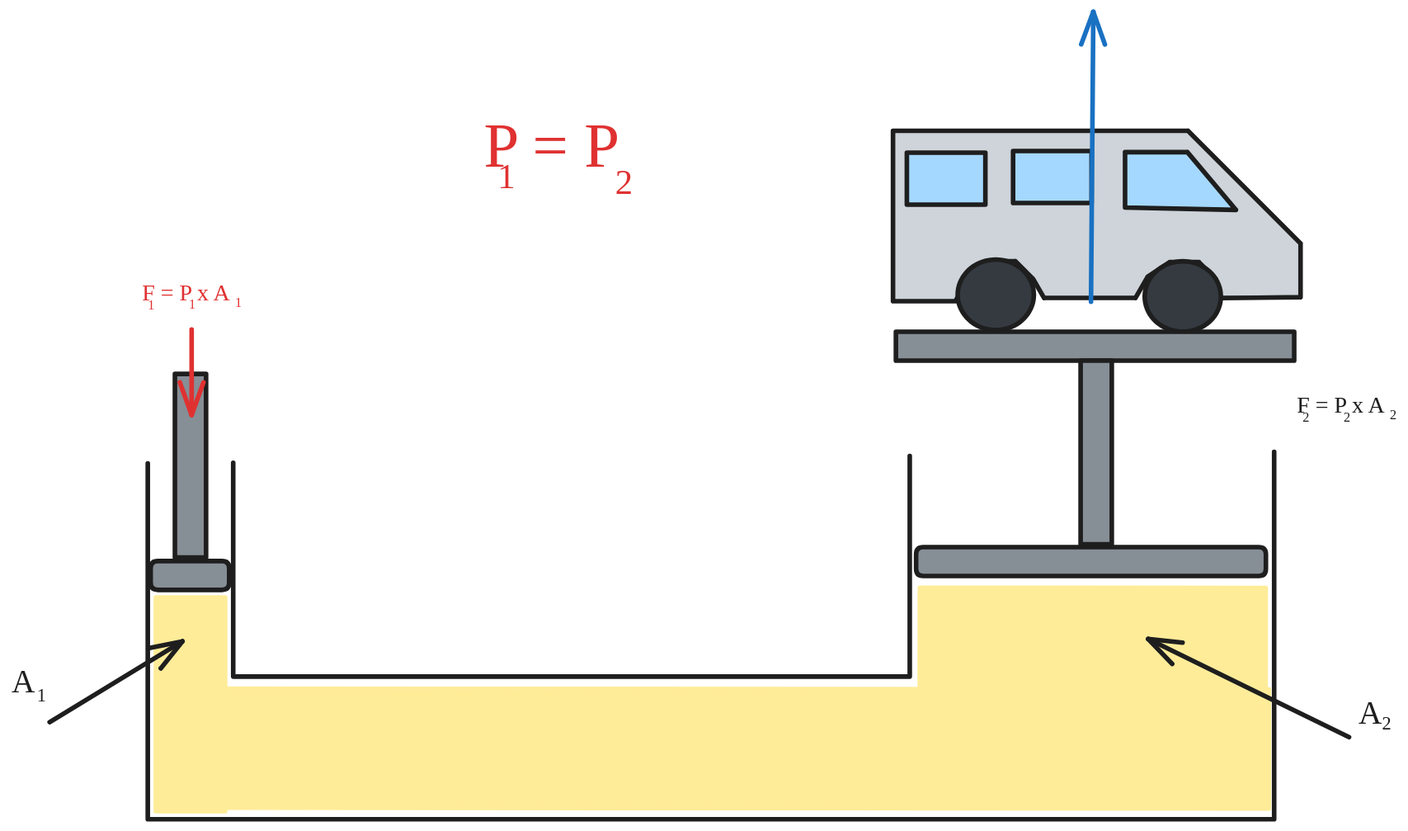
Before: entries/ring-rush-mech-1/understand/pascal-principle.excalidraw.svg, a diagram exported from Excalidraw (Area-53-Robotics/53D-High-Stakes-Notebook). Source tidied: one line per element, renumbered; positions are measured from the earlier drawing's top-left corner, leaving out a move shared by most shapes.
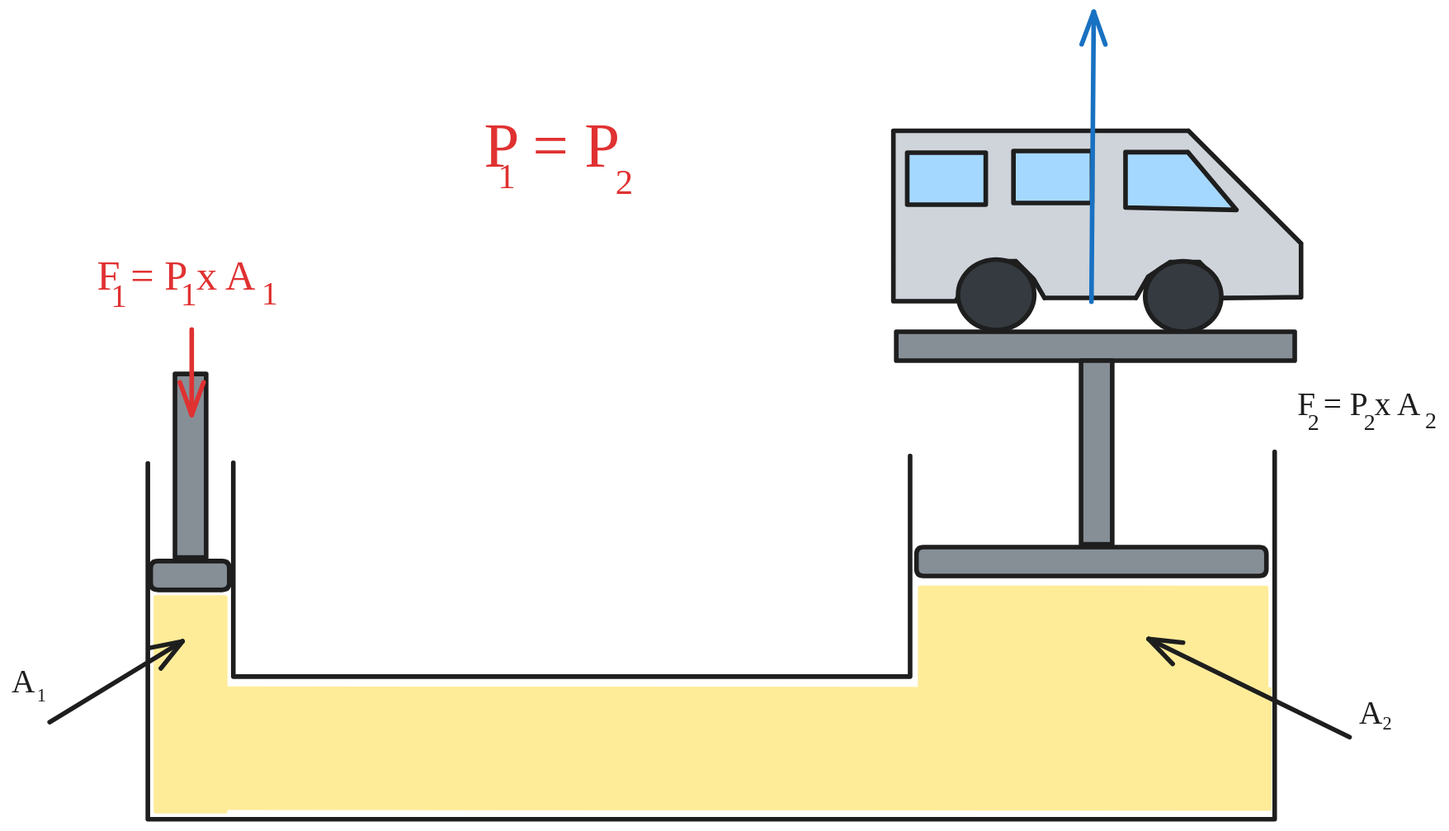
After the commit.

Change to the diagram source:
```diff
@@ -14,22 +14,22 @@
 {"id": 13, "type": "rectangle", "strokeColor": "#ffec99", "backgroundColor": "#ffec99", "fillStyle": "solid", "strokeWidth": 4, "roughness": 0, "x": 125, "y": 507, "width": 60, "height": 185}
 {"id": 14, "type": "rectangle", "strokeColor": "#ffec99", "angle": 4.71, "backgroundColor": "#ffec99", "fillStyle": "solid", "strokeWidth": 4, "roughness": 0, "x": 586, "y": 187, "width": 103, "height": 903}
 {"id": 15, "type": "rectangle", "strokeColor": "#ffec99", "angle": 4.71, "backgroundColor": "#ffec99", "fillStyle": "solid", "strokeWidth": 4, "roughness": 0, "x": 885, "y": 400, "width": 103, "height": 300}
-{"id": 16, "type": "arrow", "strokeColor": "#e03131", "backgroundColor": "#ffec99", "fillStyle": "solid", "strokeWidth": 4, "roughness": 0, "endArrowhead": "arrow", "x": 156, "y": 275, "width": 0, "height": 74, "points": [[0, 0], [0, 74]]}
+{"id": 16, "type": "arrow", "strokeColor": "#e03131", "backgroundColor": "#ffec99", "fillStyle": "solid", "strokeWidth": 4, "roughness": 0, "endArrowhead": "arrow", "from": 19, "x": 156, "y": 275, "width": 0, "height": 74, "points": [[0, 0], [0, 74]]}
-{"id": 17, "type": "text", "text": "F = P x A", "strokeColor": "#e03131", "backgroundColor": "#ffec99", "fillStyle": "solid", "strokeWidth": 4, "roughness": 0, "fontSize": 20, "fontFamily": 6, "x": 113, "y": 232, "width": 78, "height": 27}
+{"id": 17, "type": "text", "text": "F = P x A", "strokeColor": "#e03131", "backgroundColor": "#ffec99", "fillStyle": "solid", "strokeWidth": 4, "roughness": 0, "fontSize": 36, "fontFamily": 6, "x": 74, "y": 208, "width": 142, "height": 49}
-{"id": 18, "type": "text", "text": "1", "strokeColor": "#e03131", "backgroundColor": "#ffec99", "fillStyle": "solid", "strokeWidth": 4, "roughness": 0, "fontSize": 11.56, "fontFamily": 6, "x": 118, "y": 248, "width": 6, "height": 16}
+{"id": 18, "type": "text", "text": "1", "strokeColor": "#e03131", "backgroundColor": "#ffec99", "fillStyle": "solid", "strokeWidth": 4, "roughness": 0, "fontSize": 28, "fontFamily": 6, "x": 86, "y": 231, "width": 15, "height": 38}
-{"id": 19, "type": "text", "text": "1", "strokeColor": "#e03131", "backgroundColor": "#ffec99", "fillStyle": "solid", "strokeWidth": 4, "roughness": 0, "fontSize": 11.56, "fontFamily": 6, "x": 154, "y": 247, "width": 6, "height": 16}
+{"id": 19, "type": "text", "text": "1", "strokeColor": "#e03131", "backgroundColor": "#ffec99", "fillStyle": "solid", "strokeWidth": 4, "roughness": 0, "fontSize": 28, "fontFamily": 6, "x": 147, "y": 229, "width": 15, "height": 38}
-{"id": 20, "type": "text", "text": "1", "strokeColor": "#e03131", "backgroundColor": "#ffec99", "fillStyle": "solid", "strokeWidth": 4, "roughness": 0, "fontSize": 11.56, "fontFamily": 6, "x": 194, "y": 245, "width": 6, "height": 16}
+{"id": 20, "type": "text", "text": "1", "strokeColor": "#e03131", "backgroundColor": "#ffec99", "fillStyle": "solid", "strokeWidth": 4, "roughness": 0, "fontSize": 28, "fontFamily": 6, "x": 217, "y": 228, "width": 15, "height": 38}
 {"id": 21, "type": "arrow", "strokeColor": "#1e1e1e", "backgroundColor": "#ffec99", "fillStyle": "solid", "strokeWidth": 4, "roughness": 0, "endArrowhead": "arrow", "to": 13, "x": 33, "y": 615, "width": 115, "height": 70, "points": [[0, 0], [115, -70]]}
-{"id": 22, "type": "text", "text": "A", "strokeColor": "#1e1e1e", "backgroundColor": "#ffec99", "fillStyle": "solid", "strokeWidth": 4, "roughness": 0, "fontSize": 28, "fontFamily": 6, "x": 0, "y": 564, "width": 20, "height": 38}
+{"id": 22, "type": "text", "text": "A", "strokeColor": "#1e1e1e", "backgroundColor": "#ffec99", "fillStyle": "solid", "strokeWidth": 4, "roughness": 0, "fontSize": 28, "fontFamily": 6, "x": 0, "y": 564, "width": 18, "height": 38}
-{"id": 23, "type": "text", "text": "1", "strokeColor": "#1e1e1e", "backgroundColor": "#ffec99", "fillStyle": "solid", "strokeWidth": 4, "roughness": 0, "fontSize": 16, "fontFamily": 6, "x": 22, "y": 583, "width": 8, "height": 22}
+{"id": 23, "type": "text", "text": "1", "strokeColor": "#1e1e1e", "backgroundColor": "#ffec99", "fillStyle": "solid", "strokeWidth": 4, "roughness": 0, "fontSize": 16, "fontFamily": 6, "x": 22, "y": 583, "width": 9, "height": 22}
 {"id": 24, "type": "arrow", "strokeColor": "#1e1e1e", "backgroundColor": "#ffec99", "fillStyle": "solid", "strokeWidth": 4, "roughness": 0, "endArrowhead": "arrow", "to": 15, "x": 1158, "y": 628, "width": 174, "height": 85, "points": [[0, 0], [-174, -85]]}
-{"id": 25, "type": "text", "text": "A", "strokeColor": "#1e1e1e", "backgroundColor": "#ffec99", "fillStyle": "solid", "strokeWidth": 4, "roughness": 0, "fontSize": 28, "fontFamily": 6, "x": 1167, "y": 591, "width": 20, "height": 38}
+{"id": 25, "type": "text", "text": "A", "strokeColor": "#1e1e1e", "backgroundColor": "#ffec99", "fillStyle": "solid", "strokeWidth": 4, "roughness": 0, "fontSize": 28, "fontFamily": 6, "x": 1167, "y": 591, "width": 18, "height": 38}
-{"id": 26, "type": "text", "text": "2", "strokeColor": "#1e1e1e", "backgroundColor": "#ffec99", "fillStyle": "solid", "strokeWidth": 4, "roughness": 0, "fontSize": 16, "fontFamily": 6, "x": 1187, "y": 607, "width": 8, "height": 22}
+{"id": 26, "type": "text", "text": "2", "strokeColor": "#1e1e1e", "backgroundColor": "#ffec99", "fillStyle": "solid", "strokeWidth": 4, "roughness": 0, "fontSize": 16, "fontFamily": 6, "x": 1187, "y": 607, "width": 9, "height": 22}
-{"id": 27, "type": "text", "text": "F = P x A", "strokeColor": "#1e1e1e", "backgroundColor": "#ffec99", "fillStyle": "solid", "strokeWidth": 4, "roughness": 0, "fontSize": 20, "fontFamily": 6, "x": 1113, "y": 329, "width": 78, "height": 27}
+{"id": 27, "type": "text", "text": "F = P x A", "strokeColor": "#1e1e1e", "backgroundColor": "#ffec99", "fillStyle": "solid", "strokeWidth": 4, "roughness": 0, "fontSize": 28, "fontFamily": 6, "x": 1113, "y": 324, "width": 110, "height": 38}
-{"id": 28, "type": "text", "text": "2", "strokeColor": "#1e1e1e", "backgroundColor": "#ffec99", "fillStyle": "solid", "strokeWidth": 4, "roughness": 0, "fontSize": 11.56, "fontFamily": 6, "x": 1118, "y": 345, "width": 6, "height": 16}
+{"id": 28, "type": "text", "text": "2", "strokeColor": "#1e1e1e", "backgroundColor": "#ffec99", "fillStyle": "solid", "strokeWidth": 4, "roughness": 0, "fontSize": 20, "fontFamily": 6, "x": 1122, "y": 344, "width": 11, "height": 27}
-{"id": 29, "type": "text", "text": "2", "strokeColor": "#1e1e1e", "backgroundColor": "#ffec99", "fillStyle": "solid", "strokeWidth": 4, "roughness": 0, "fontSize": 11.56, "fontFamily": 6, "x": 1154, "y": 345, "width": 6, "height": 16}
+{"id": 29, "type": "text", "text": "2", "strokeColor": "#1e1e1e", "backgroundColor": "#ffec99", "fillStyle": "solid", "strokeWidth": 4, "roughness": 0, "fontSize": 20, "fontFamily": 6, "x": 1171, "y": 344, "width": 11, "height": 27}
-{"id": 30, "type": "text", "text": "2", "strokeColor": "#1e1e1e", "backgroundColor": "#ffec99", "fillStyle": "solid", "strokeWidth": 4, "roughness": 0, "fontSize": 11.56, "fontFamily": 6, "x": 1194, "y": 343, "width": 6, "height": 16}
+{"id": 30, "type": "text", "text": "2", "strokeColor": "#1e1e1e", "backgroundColor": "#ffec99", "fillStyle": "solid", "strokeWidth": 4, "roughness": 0, "fontSize": 20, "fontFamily": 6, "x": 1224, "y": 343, "width": 11, "height": 27}
 {"id": 31, "type": "arrow", "strokeColor": "#1971c2", "backgroundColor": "#ffec99", "fillStyle": "solid", "strokeWidth": 4, "roughness": 0, "endArrowhead": "arrow", "x": 935, "y": 251, "width": 2, "height": 251, "points": [[0, 0], [2, -251]]}
-{"id": 32, "type": "text", "text": "P = P", "strokeColor": "#e03131", "backgroundColor": "#ffec99", "fillStyle": "solid", "strokeWidth": 4, "roughness": 0, "fontSize": 54.95, "fontFamily": 6, "x": 409, "y": 84, "width": 120, "height": 74}
+{"id": 32, "type": "text", "text": "P = P", "strokeColor": "#e03131", "backgroundColor": "#ffec99", "fillStyle": "solid", "strokeWidth": 4, "roughness": 0, "fontSize": 54.95, "fontFamily": 6, "x": 409, "y": 84, "width": 129, "height": 74}
-{"id": 33, "type": "text", "text": "1", "strokeColor": "#e03131", "backgroundColor": "#ffec99", "fillStyle": "solid", "strokeWidth": 4, "roughness": 0, "fontSize": 30.53, "fontFamily": 6, "x": 421, "y": 125, "width": 15, "height": 41}
+{"id": 33, "type": "text", "text": "1", "strokeColor": "#e03131", "backgroundColor": "#ffec99", "fillStyle": "solid", "strokeWidth": 4, "roughness": 0, "fontSize": 30.53, "fontFamily": 6, "x": 421, "y": 125, "width": 16, "height": 41}
-{"id": 34, "type": "text", "text": "2", "strokeColor": "#e03131", "backgroundColor": "#ffec99", "fillStyle": "solid", "strokeWidth": 4, "roughness": 0, "fontSize": 30.53, "fontFamily": 6, "x": 523, "y": 130, "width": 15, "height": 41}
+{"id": 34, "type": "text", "text": "2", "strokeColor": "#e03131", "backgroundColor": "#ffec99", "fillStyle": "solid", "strokeWidth": 4, "roughness": 0, "fontSize": 30.53, "fontFamily": 6, "x": 523, "y": 130, "width": 16, "height": 41}
```
